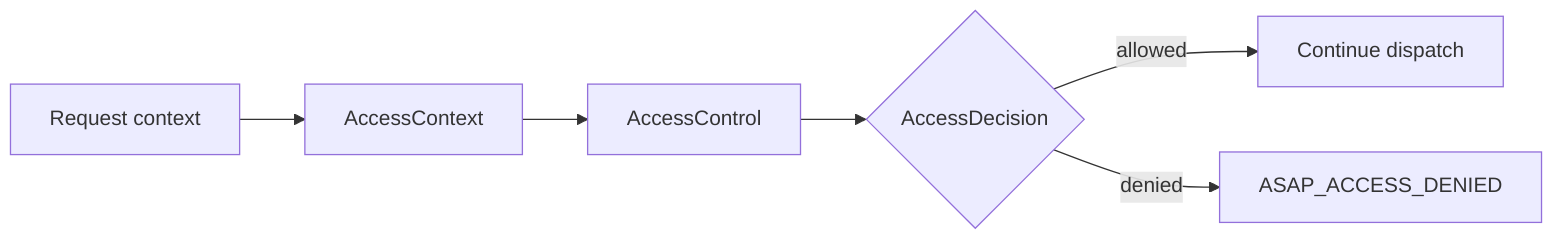
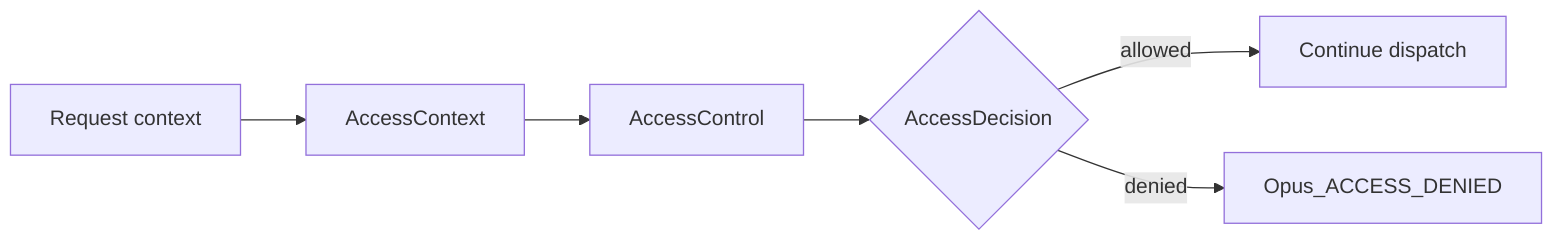
flowchart LR
    A[Request context] --> B[AccessContext]
    B --> C[AccessControl]
    C --> D{AccessDecision}
    D -- allowed --> E[Continue dispatch]
-     D -- denied --> F[ASAP_ACCESS_DENIED]
+     D -- denied --> F[Opus_ACCESS_DENIED]
